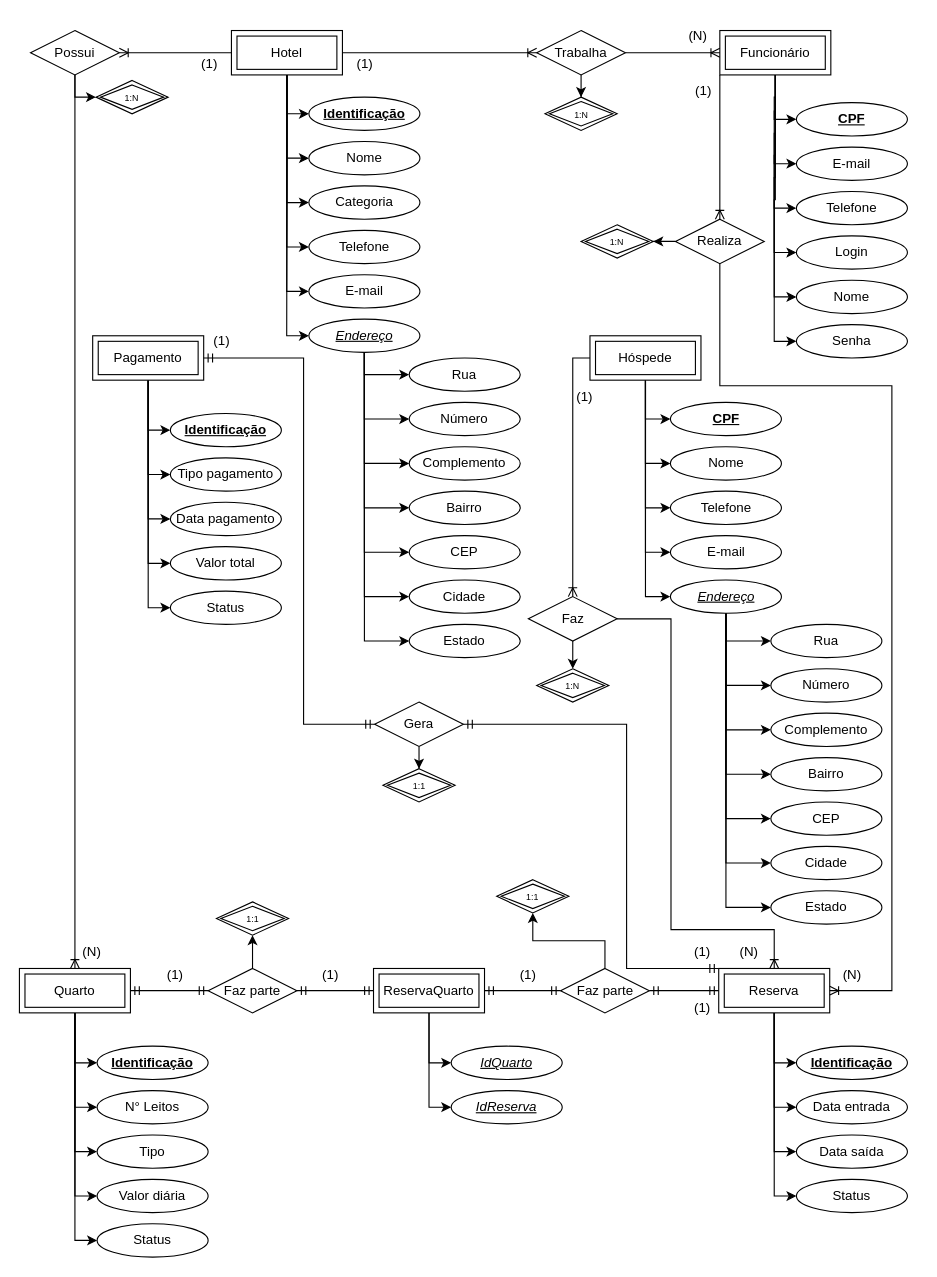
This is Modelo conceitual - Rede de Hotéis.drawio from Danihmn/Trabalho-modelo-conceitual-Banco-de-dados-Relacional, a draw.io file, before an edit. Source tidied: cells renumbered, new cells numbered last; positions are measured from the earlier drawing's top-left corner, leaving out a move shared by most shapes. Both pictures are drawn from the tidied source at 111%, with x=0, y=0 at pixel (19, 19).
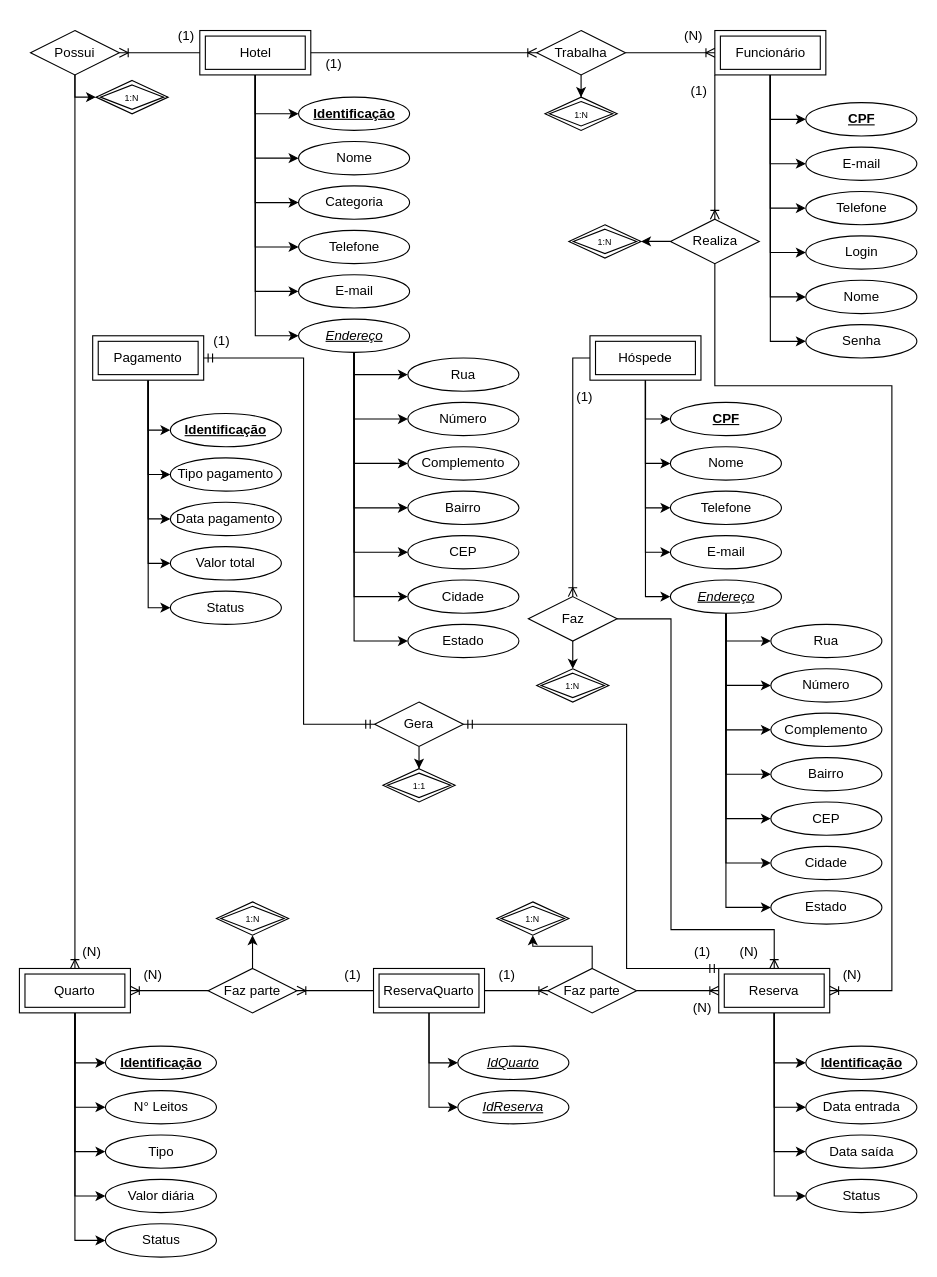
The same diagram, later.

Commit message (it also covers changes not shown here):
Corrige erros

Unchanged cells that the change refers to:
```xml
<mxCell id="47" value="Quarto" style="shape=ext;margin=3;double=1;whiteSpace=wrap;html=1;align=center;" parent="1" vertex="1">
  <mxGeometry y="855" width="100" height="40" as="geometry" />
</mxCell>
<mxCell id="82" value="Reserva" style="shape=ext;margin=3;double=1;whiteSpace=wrap;html=1;align=center;" parent="1" vertex="1">
  <mxGeometry x="630" y="855" width="100" height="40" as="geometry" />
</mxCell>
<mxCell id="121" value="ReservaQuarto" style="shape=ext;margin=3;double=1;whiteSpace=wrap;html=1;align=center;" parent="1" vertex="1">
  <mxGeometry x="319" y="855" width="100" height="40" as="geometry" />
</mxCell>
```

Change to the diagram source:
```diff
@@
     <mxCell id="8" value="Funcionário" style="shape=ext;margin=3;double=1;whiteSpace=wrap;html=1;align=center;" parent="1" vertex="1">
-      <mxGeometry x="631" y="10" width="100" height="40" as="geometry" />
+      <mxGeometry x="626.5" y="10" width="100" height="40" as="geometry" />
     </mxCell>
@@
     <mxCell id="15" value="Hotel" style="shape=ext;margin=3;double=1;whiteSpace=wrap;html=1;align=center;" parent="1" vertex="1">
-      <mxGeometry x="191" y="10" width="100" height="40" as="geometry" />
+      <mxGeometry x="162.5" y="10" width="100" height="40" as="geometry" />
     </mxCell>
     <mxCell id="16" value="&lt;b&gt;&lt;u&gt;CPF&lt;/u&gt;&lt;/b&gt;" style="ellipse;whiteSpace=wrap;html=1;align=center;" parent="1" vertex="1">
-      <mxGeometry x="700" y="75" width="100" height="30" as="geometry" />
+      <mxGeometry x="708.5" y="75" width="100" height="30" as="geometry" />
     </mxCell>
     <mxCell id="17" value="Telefone" style="ellipse;whiteSpace=wrap;html=1;align=center;" parent="1" vertex="1">
-      <mxGeometry x="700" y="155" width="100" height="30" as="geometry" />
+      <mxGeometry x="708.5" y="155" width="100" height="30" as="geometry" />
     </mxCell>
     <mxCell id="18" value="Nome" style="ellipse;whiteSpace=wrap;html=1;align=center;" parent="1" vertex="1">
-      <mxGeometry x="700" y="235" width="100" height="30" as="geometry" />
+      <mxGeometry x="708.5" y="235" width="100" height="30" as="geometry" />
     </mxCell>
     <mxCell id="19" value="E-mail" style="ellipse;whiteSpace=wrap;html=1;align=center;" parent="1" vertex="1">
-      <mxGeometry x="700" y="115" width="100" height="30" as="geometry" />
+      <mxGeometry x="708.5" y="115" width="100" height="30" as="geometry" />
     </mxCell>
     <mxCell id="20" value="Login" style="ellipse;whiteSpace=wrap;html=1;align=center;" parent="1" vertex="1">
-      <mxGeometry x="700" y="195" width="100" height="30" as="geometry" />
+      <mxGeometry x="708.5" y="195" width="100" height="30" as="geometry" />
     </mxCell>
     <mxCell id="21" value="Senha" style="ellipse;whiteSpace=wrap;html=1;align=center;" parent="1" vertex="1">
-      <mxGeometry x="700" y="275" width="100" height="30" as="geometry" />
+      <mxGeometry x="708.5" y="275" width="100" height="30" as="geometry" />
     </mxCell>
     <mxCell id="22" value="&lt;b&gt;&lt;u&gt;Identificação&lt;/u&gt;&lt;/b&gt;" style="ellipse;whiteSpace=wrap;html=1;align=center;" parent="1" vertex="1">
-      <mxGeometry x="260.8" y="70" width="100" height="30" as="geometry" />
+      <mxGeometry x="251.5" y="70" width="100" height="30" as="geometry" />
     </mxCell>
     <mxCell id="23" value="Nome" style="ellipse;whiteSpace=wrap;html=1;align=center;" parent="1" vertex="1">
-      <mxGeometry x="260.8" y="110" width="100" height="30" as="geometry" />
+      <mxGeometry x="251.5" y="110" width="100" height="30" as="geometry" />
     </mxCell>
     <mxCell id="24" value="Categoria" style="ellipse;whiteSpace=wrap;html=1;align=center;" parent="1" vertex="1">
-      <mxGeometry x="260.8" y="150" width="100" height="30" as="geometry" />
+      <mxGeometry x="251.5" y="150" width="100" height="30" as="geometry" />
     </mxCell>
     <mxCell id="25" value="Telefone" style="ellipse;whiteSpace=wrap;html=1;align=center;" parent="1" vertex="1">
-      <mxGeometry x="260.8" y="190" width="100" height="30" as="geometry" />
+      <mxGeometry x="251.5" y="190" width="100" height="30" as="geometry" />
     </mxCell>
     <mxCell id="26" value="E-mail" style="ellipse;whiteSpace=wrap;html=1;align=center;" parent="1" vertex="1">
-      <mxGeometry x="260.8" y="230" width="100" height="30" as="geometry" />
+      <mxGeometry x="251.5" y="230" width="100" height="30" as="geometry" />
     </mxCell>
@@
     <mxCell id="33" value="&lt;i&gt;&lt;u&gt;Endereço&lt;/u&gt;&lt;/i&gt;" style="ellipse;whiteSpace=wrap;html=1;align=center;" parent="1" vertex="1">
-      <mxGeometry x="260.8" y="270" width="100" height="30" as="geometry" />
+      <mxGeometry x="251.5" y="270" width="100" height="30" as="geometry" />
     </mxCell>
     <mxCell id="34" value="Rua" style="ellipse;whiteSpace=wrap;html=1;align=center;" parent="1" vertex="1">
-      <mxGeometry x="351.2" y="305" width="100" height="30" as="geometry" />
+      <mxGeometry x="350" y="305" width="100" height="30" as="geometry" />
     </mxCell>
     <mxCell id="35" value="Número" style="ellipse;whiteSpace=wrap;html=1;align=center;" parent="1" vertex="1">
-      <mxGeometry x="351.2" y="345" width="100" height="30" as="geometry" />
+      <mxGeometry x="350" y="345" width="100" height="30" as="geometry" />
     </mxCell>
     <mxCell id="36" value="Complemento" style="ellipse;whiteSpace=wrap;html=1;align=center;" parent="1" vertex="1">
-      <mxGeometry x="351.2" y="385" width="100" height="30" as="geometry" />
+      <mxGeometry x="350" y="385" width="100" height="30" as="geometry" />
     </mxCell>
     <mxCell id="37" value="Bairro" style="ellipse;whiteSpace=wrap;html=1;align=center;" parent="1" vertex="1">
-      <mxGeometry x="351.2" y="425" width="100" height="30" as="geometry" />
+      <mxGeometry x="350" y="425" width="100" height="30" as="geometry" />
     </mxCell>
     <mxCell id="38" value="CEP" style="ellipse;whiteSpace=wrap;html=1;align=center;" parent="1" vertex="1">
-      <mxGeometry x="351.2" y="465" width="100" height="30" as="geometry" />
+      <mxGeometry x="350" y="465" width="100" height="30" as="geometry" />
     </mxCell>
     <mxCell id="39" value="Cidade" style="ellipse;whiteSpace=wrap;html=1;align=center;" parent="1" vertex="1">
-      <mxGeometry x="351.2" y="505" width="100" height="30" as="geometry" />
+      <mxGeometry x="350" y="505" width="100" height="30" as="geometry" />
     </mxCell>
     <mxCell id="40" value="Estado" style="ellipse;whiteSpace=wrap;html=1;align=center;" parent="1" vertex="1">
-      <mxGeometry x="351.2" y="545" width="100" height="30" as="geometry" />
+      <mxGeometry x="350" y="545" width="100" height="30" as="geometry" />
     </mxCell>
@@
     <mxCell id="48" value="&lt;b&gt;&lt;u&gt;Identificação&lt;/u&gt;&lt;/b&gt;" style="ellipse;whiteSpace=wrap;html=1;align=center;" parent="1" vertex="1">
-      <mxGeometry x="70" y="925" width="100" height="30" as="geometry" />
+      <mxGeometry x="77.5" y="925" width="100" height="30" as="geometry" />
     </mxCell>
     <mxCell id="49" value="Tipo" style="ellipse;whiteSpace=wrap;html=1;align=center;" parent="1" vertex="1">
-      <mxGeometry x="70" y="1005" width="100" height="30" as="geometry" />
+      <mxGeometry x="77.5" y="1005" width="100" height="30" as="geometry" />
     </mxCell>
     <mxCell id="50" value="Status" style="ellipse;whiteSpace=wrap;html=1;align=center;" parent="1" vertex="1">
-      <mxGeometry x="70" y="1085" width="100" height="30" as="geometry" />
+      <mxGeometry x="77.5" y="1085" width="100" height="30" as="geometry" />
     </mxCell>
     <mxCell id="51" value="N° Leitos" style="ellipse;whiteSpace=wrap;html=1;align=center;" parent="1" vertex="1">
-      <mxGeometry x="70" y="965" width="100" height="30" as="geometry" />
+      <mxGeometry x="77.5" y="965" width="100" height="30" as="geometry" />
     </mxCell>
     <mxCell id="52" value="Valor diária" style="ellipse;whiteSpace=wrap;html=1;align=center;" parent="1" vertex="1">
-      <mxGeometry x="70" y="1045" width="100" height="30" as="geometry" />
+      <mxGeometry x="77.5" y="1045" width="100" height="30" as="geometry" />
     </mxCell>
@@
     <mxCell id="83" value="&lt;b&gt;&lt;u&gt;Identificação&lt;/u&gt;&lt;/b&gt;" style="ellipse;whiteSpace=wrap;html=1;align=center;" parent="1" vertex="1">
-      <mxGeometry x="700" y="925" width="100" height="30" as="geometry" />
+      <mxGeometry x="708.5" y="925" width="100" height="30" as="geometry" />
     </mxCell>
     <mxCell id="84" value="Data saída" style="ellipse;whiteSpace=wrap;html=1;align=center;" parent="1" vertex="1">
-      <mxGeometry x="700" y="1005" width="100" height="30" as="geometry" />
+      <mxGeometry x="708.5" y="1005" width="100" height="30" as="geometry" />
     </mxCell>
     <mxCell id="85" value="Data entrada" style="ellipse;whiteSpace=wrap;html=1;align=center;" parent="1" vertex="1">
-      <mxGeometry x="700" y="965" width="100" height="30" as="geometry" />
+      <mxGeometry x="708.5" y="965" width="100" height="30" as="geometry" />
     </mxCell>
     <mxCell id="86" value="Status" style="ellipse;whiteSpace=wrap;html=1;align=center;" parent="1" vertex="1">
-      <mxGeometry x="700" y="1045" width="100" height="30" as="geometry" />
+      <mxGeometry x="708.5" y="1045" width="100" height="30" as="geometry" />
     </mxCell>
@@
     <mxCell id="103" value="(1)" style="text;html=1;align=center;verticalAlign=middle;strokeColor=none;fillColor=none;" parent="1" vertex="1">
-      <mxGeometry x="151" y="25" width="40" height="30" as="geometry" />
+      <mxGeometry x="130" width="40" height="30" as="geometry" />
     </mxCell>
@@
     <mxCell id="108" value="(N)" style="text;html=1;align=center;verticalAlign=middle;strokeColor=none;fillColor=none;" parent="1" vertex="1">
-      <mxGeometry x="591" width="40" height="30" as="geometry" />
+      <mxGeometry x="586.5" width="40" height="30" as="geometry" />
     </mxCell>
     <mxCell id="109" value="(1)" style="text;html=1;align=center;verticalAlign=middle;strokeColor=none;fillColor=none;" parent="1" vertex="1">
-      <mxGeometry x="291" y="25" width="40" height="30" as="geometry" />
+      <mxGeometry x="262.5" y="25" width="40" height="30" as="geometry" />
     </mxCell>
@@
     <mxCell id="112" style="edgeStyle=orthogonalEdgeStyle;fontSize=12;html=1;endArrow=ERoneToMany;rounded=0;entryX=1;entryY=0.5;entryDx=0;entryDy=0;exitX=0.5;exitY=1;exitDx=0;exitDy=0;" parent="1" edge="1" source="115" target="82">
       <mxGeometry relative="1" as="geometry">
         <Array as="points">
-          <mxPoint x="631" y="330" />
+          <mxPoint x="627" y="330" />
           <mxPoint x="786" y="330" />
           <mxPoint x="786" y="875" />
         </Array>
       </mxGeometry>
     </mxCell>
     <mxCell id="113" style="edgeStyle=elbowEdgeStyle;fontSize=12;html=1;endArrow=ERoneToMany;rounded=0;entryX=0.5;entryY=0;entryDx=0;entryDy=0;exitX=0;exitY=1;exitDx=0;exitDy=0;elbow=vertical;" parent="1" edge="1" source="8" target="115">
       <mxGeometry relative="1" as="geometry">
         <Array as="points">
-          <mxPoint x="606" y="117" />
+          <mxPoint x="601.5" y="117" />
         </Array>
       </mxGeometry>
     </mxCell>
@@
     <mxCell id="115" value="Realiza" style="shape=rhombus;perimeter=rhombusPerimeter;whiteSpace=wrap;html=1;align=center;" parent="1" vertex="1">
-      <mxGeometry x="591" y="180" width="80" height="40" as="geometry" />
+      <mxGeometry x="586.5" y="180" width="80" height="40" as="geometry" />
     </mxCell>
     <mxCell id="116" value="(1)" style="text;html=1;align=center;verticalAlign=middle;strokeColor=none;fillColor=none;" parent="1" vertex="1">
-      <mxGeometry x="596" y="50" width="40" height="30" as="geometry" />
+      <mxGeometry x="591.5" y="50" width="40" height="30" as="geometry" />
     </mxCell>
@@
     <mxCell id="118" value="&lt;font style=&quot;font-size: 8px;&quot;&gt;1:N&lt;/font&gt;" style="shape=rhombus;double=1;perimeter=rhombusPerimeter;whiteSpace=wrap;html=1;align=center;" parent="1" vertex="1">
-      <mxGeometry x="506" y="185" width="65" height="30" as="geometry" />
+      <mxGeometry x="495" y="185" width="65" height="30" as="geometry" />
     </mxCell>
@@
     <mxCell id="122" value="&lt;u style=&quot;&quot;&gt;&lt;i style=&quot;&quot;&gt;IdQuarto&lt;/i&gt;&lt;/u&gt;" style="ellipse;whiteSpace=wrap;html=1;align=center;" parent="1" vertex="1">
-      <mxGeometry x="389" y="925" width="100" height="30" as="geometry" />
+      <mxGeometry x="395" y="925" width="100" height="30" as="geometry" />
     </mxCell>
     <mxCell id="123" value="&lt;u style=&quot;&quot;&gt;&lt;i&gt;IdReserva&lt;/i&gt;&lt;/u&gt;" style="ellipse;whiteSpace=wrap;html=1;align=center;" parent="1" vertex="1">
-      <mxGeometry x="389" y="965" width="100" height="30" as="geometry" />
+      <mxGeometry x="395" y="965" width="100" height="30" as="geometry" />
     </mxCell>
-    <mxCell id="124" style="edgeStyle=entityRelationEdgeStyle;fontSize=12;html=1;endArrow=ERmandOne;startArrow=ERmandOne;rounded=0;entryX=0;entryY=0.5;entryDx=0;entryDy=0;exitX=1;exitY=0.5;exitDx=0;exitDy=0;" parent="1" edge="1" source="128" target="121">
-      <mxGeometry relative="1" as="geometry" />
-    </mxCell>
-    <mxCell id="125" style="edgeStyle=entityRelationEdgeStyle;fontSize=12;html=1;endArrow=ERmandOne;startArrow=ERmandOne;rounded=0;entryX=0;entryY=0.5;entryDx=0;entryDy=0;exitX=1;exitY=0.5;exitDx=0;exitDy=0;" parent="1" edge="1" source="131" target="82">
-      <mxGeometry relative="1" as="geometry" />
-    </mxCell>
-    <mxCell id="126" style="edgeStyle=entityRelationEdgeStyle;fontSize=12;html=1;endArrow=ERmandOne;startArrow=ERmandOne;rounded=0;entryX=0;entryY=0.5;entryDx=0;entryDy=0;exitX=1;exitY=0.5;exitDx=0;exitDy=0;" parent="1" edge="1" source="47" target="128">
-      <mxGeometry relative="1" as="geometry" />
-    </mxCell>
@@
-    <mxCell id="128" value="Faz parte" style="shape=rhombus;perimeter=rhombusPerimeter;whiteSpace=wrap;html=1;align=center;" parent="1" vertex="1">
-      <mxGeometry x="170" y="855" width="80" height="40" as="geometry" />
-    </mxCell>
-    <mxCell id="129" style="edgeStyle=entityRelationEdgeStyle;fontSize=12;html=1;endArrow=ERmandOne;startArrow=ERmandOne;rounded=0;entryX=0;entryY=0.5;entryDx=0;entryDy=0;exitX=1;exitY=0.5;exitDx=0;exitDy=0;" parent="1" edge="1" source="121" target="131">
-      <mxGeometry relative="1" as="geometry" />
-    </mxCell>
@@
-    <mxCell id="131" value="Faz parte" style="shape=rhombus;perimeter=rhombusPerimeter;whiteSpace=wrap;html=1;align=center;" parent="1" vertex="1">
-      <mxGeometry x="487.5" y="855" width="80" height="40" as="geometry" />
-    </mxCell>
-    <mxCell id="132" value="&lt;font style=&quot;font-size: 8px;&quot;&gt;1:1&lt;/font&gt;" style="shape=rhombus;double=1;perimeter=rhombusPerimeter;whiteSpace=wrap;html=1;align=center;" parent="1" vertex="1">
+    <mxCell id="132" value="&lt;font style=&quot;font-size: 8px;&quot;&gt;1:N&lt;/font&gt;" style="shape=rhombus;double=1;perimeter=rhombusPerimeter;whiteSpace=wrap;html=1;align=center;" parent="1" vertex="1">
       <mxGeometry x="177.5" y="795" width="65" height="30" as="geometry" />
     </mxCell>
-    <mxCell id="133" value="&lt;font style=&quot;font-size: 8px;&quot;&gt;1:1&lt;/font&gt;" style="shape=rhombus;double=1;perimeter=rhombusPerimeter;whiteSpace=wrap;html=1;align=center;" parent="1" vertex="1">
-      <mxGeometry x="430" y="775" width="65" height="30" as="geometry" />
+    <mxCell id="133" value="&lt;font style=&quot;font-size: 8px;&quot;&gt;1:N&lt;/font&gt;" style="shape=rhombus;double=1;perimeter=rhombusPerimeter;whiteSpace=wrap;html=1;align=center;" parent="1" vertex="1">
+      <mxGeometry x="430" y="795" width="65" height="30" as="geometry" />
     </mxCell>
     <mxCell id="134" value="(1)" style="text;html=1;align=center;verticalAlign=middle;strokeColor=none;fillColor=none;" parent="1" vertex="1">
-      <mxGeometry x="260" y="846" width="40" height="30" as="geometry" />
+      <mxGeometry x="280" y="846" width="40" height="30" as="geometry" />
     </mxCell>
-    <mxCell id="135" value="(1)" style="text;html=1;align=center;verticalAlign=middle;strokeColor=none;fillColor=none;" parent="1" vertex="1">
-      <mxGeometry x="120" y="846" width="40" height="30" as="geometry" />
+    <mxCell id="135" value="(N)" style="text;html=1;align=center;verticalAlign=middle;" parent="1" vertex="1">
+      <mxGeometry x="100" y="846" width="40" height="30" as="geometry" />
     </mxCell>
     <mxCell id="136" value="(1)" style="text;html=1;align=center;verticalAlign=middle;strokeColor=none;fillColor=none;" parent="1" vertex="1">
-      <mxGeometry x="437.5" y="846" width="40" height="30" as="geometry" />
+      <mxGeometry x="418.5" y="846" width="40" height="30" as="geometry" />
     </mxCell>
-    <mxCell id="137" value="(1)" style="text;html=1;align=center;verticalAlign=middle;strokeColor=none;fillColor=none;" parent="1" vertex="1">
+    <mxCell id="137" value="(N)" style="text;html=1;align=center;verticalAlign=middle;strokeColor=none;fillColor=none;" parent="1" vertex="1">
       <mxGeometry x="595" y="876" width="40" height="30" as="geometry" />
     </mxCell>
@@
+    <mxCell id="152" style="edgeStyle=entityRelationEdgeStyle;fontSize=12;html=1;endArrow=ERoneToMany;rounded=0;entryX=1;entryY=0.5;entryDx=0;entryDy=0;exitX=0;exitY=0.5;exitDx=0;exitDy=0;" parent="1" edge="1" source="128" target="47">
+      <mxGeometry relative="1" as="geometry" />
+    </mxCell>
+    <mxCell id="153" style="edgeStyle=entityRelationEdgeStyle;fontSize=12;html=1;endArrow=ERoneToMany;rounded=0;entryX=1;entryY=0.5;entryDx=0;entryDy=0;exitX=0;exitY=0.5;exitDx=0;exitDy=0;" parent="1" edge="1" source="121" target="128">
+      <mxGeometry relative="1" as="geometry" />
+    </mxCell>
+    <mxCell id="128" value="Faz parte" style="shape=rhombus;perimeter=rhombusPerimeter;whiteSpace=wrap;html=1;align=center;" parent="1" vertex="1">
+      <mxGeometry x="170" y="855" width="80" height="40" as="geometry" />
+    </mxCell>
+    <mxCell id="125" style="edgeStyle=entityRelationEdgeStyle;fontSize=12;html=1;endArrow=ERoneToMany;rounded=0;exitX=1;exitY=0.5;exitDx=0;exitDy=0;entryX=0;entryY=0.5;entryDx=0;entryDy=0;" parent="1" edge="1" source="131" target="82">
+      <mxGeometry relative="1" as="geometry" />
+    </mxCell>
+    <mxCell id="129" style="edgeStyle=entityRelationEdgeStyle;fontSize=12;html=1;endArrow=ERoneToMany;rounded=0;exitX=1;exitY=0.5;exitDx=0;exitDy=0;entryX=0;entryY=0.5;entryDx=0;entryDy=0;" parent="1" edge="1" source="121" target="131">
+      <mxGeometry relative="1" as="geometry" />
+    </mxCell>
+    <mxCell id="131" value="Faz parte" style="shape=rhombus;perimeter=rhombusPerimeter;whiteSpace=wrap;html=1;align=center;" parent="1" vertex="1">
+      <mxGeometry x="476" y="855" width="80" height="40" as="geometry" />
+    </mxCell>
```
